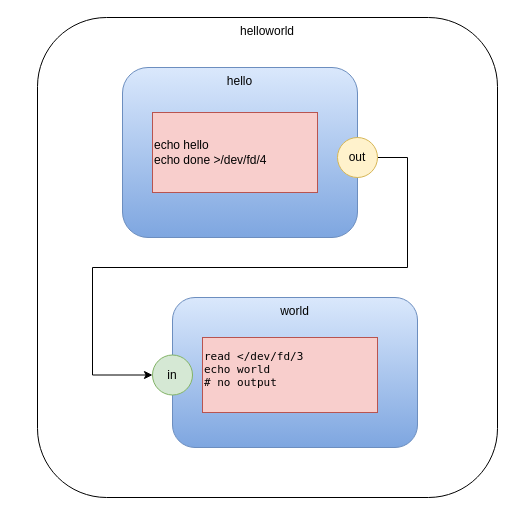
This is das2f/helloworld.drawio from guitarvydas/app, a draw.io file, before an edit. Source tidied: cells renumbered, new cells numbered last; positions are measured from the earlier drawing's top-left corner, leaving out a move shared by most shapes. Both pictures are drawn from the tidied source at 100%, with x=0, y=0 at pixel (37, 17).
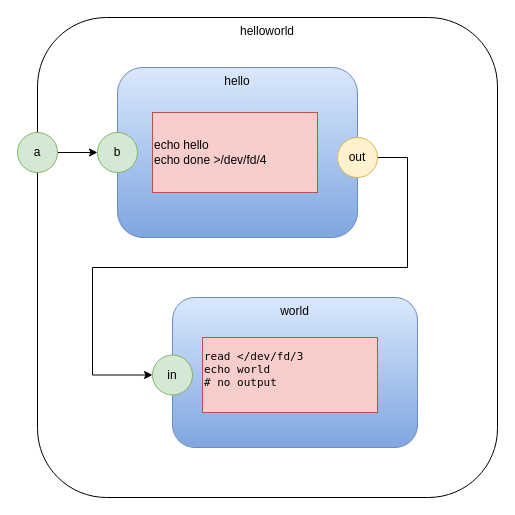
The same diagram, later.

Change to the diagram source:
```diff
@@
 <mxGraphModel>
   <root>
     <mxCell id="0" />
     <mxCell id="1" parent="0" />
     <mxCell id="2" value="helloworld" style="rounded=1;whiteSpace=wrap;html=1;verticalAlign=top;" parent="1" vertex="1">
       <mxGeometry width="460" height="480" as="geometry" />
     </mxCell>
     <mxCell id="3" value="hello" style="rounded=1;whiteSpace=wrap;html=1;gradientColor=#7ea6e0;fillColor=#dae8fc;strokeColor=#6c8ebf;verticalAlign=top;" parent="1" vertex="1">
-      <mxGeometry x="85" y="50" width="235" height="170" as="geometry" />
+      <mxGeometry x="80" y="50" width="240" height="170" as="geometry" />
     </mxCell>
     <mxCell id="4" value="&lt;div&gt;echo hello&lt;/div&gt;&lt;div&gt;&lt;/div&gt;echo done &amp;gt;/dev/fd/4" style="rounded=0;whiteSpace=wrap;html=1;fillColor=#f8cecc;strokeColor=#b85450;align=left;" parent="1" vertex="1">
       <mxGeometry x="115" y="95" width="165" height="80" as="geometry" />
     </mxCell>
     <mxCell id="5" style="edgeStyle=orthogonalEdgeStyle;rounded=0;jettySize=auto;html=1;entryX=0;entryY=0.5;entryDx=0;entryDy=0;" parent="1" edge="1" source="6" target="8">
       <mxGeometry relative="1" as="geometry">
         <Array as="points">
           <mxPoint x="370" y="140" />
           <mxPoint x="370" y="250" />
           <mxPoint x="55" y="250" />
           <mxPoint x="55" y="358" />
         </Array>
       </mxGeometry>
     </mxCell>
     <mxCell id="6" value="out" style="ellipse;whiteSpace=wrap;html=1;fillColor=#fff2cc;strokeColor=#d6b656;" parent="1" vertex="1">
       <mxGeometry x="300" y="120" width="40" height="40" as="geometry" />
     </mxCell>
     <mxCell id="7" value="world" style="rounded=1;whiteSpace=wrap;html=1;gradientColor=#7ea6e0;fillColor=#dae8fc;strokeColor=#6c8ebf;verticalAlign=top;" parent="1" vertex="1">
       <mxGeometry x="135" y="280" width="245" height="150" as="geometry" />
     </mxCell>
     <mxCell id="8" value="in" style="ellipse;whiteSpace=wrap;html=1;fillColor=#d5e8d4;strokeColor=#82b366;" parent="1" vertex="1">
       <mxGeometry x="115" y="337.5" width="40" height="40" as="geometry" />
     </mxCell>
     <mxCell id="9" value="&lt;p class=&quot;p1&quot; style=&quot;margin: 0px ; font-stretch: normal ; font-size: 11px ; line-height: normal ; font-family: &amp;#34;menlo&amp;#34;&quot;&gt;&lt;span class=&quot;s1&quot;&gt;read &amp;lt;/dev/fd/3&lt;/span&gt;&lt;/p&gt;&lt;p class=&quot;p1&quot; style=&quot;margin: 0px ; font-stretch: normal ; font-size: 11px ; line-height: normal ; font-family: &amp;#34;menlo&amp;#34;&quot;&gt;&lt;span class=&quot;s1&quot;&gt;echo world&lt;/span&gt;&lt;/p&gt;&lt;p class=&quot;p1&quot; style=&quot;margin: 0px ; font-stretch: normal ; font-size: 11px ; line-height: normal ; font-family: &amp;#34;menlo&amp;#34;&quot;&gt;&lt;span class=&quot;s1&quot;&gt;# no output&lt;/span&gt;&lt;/p&gt;&lt;p class=&quot;p1&quot; style=&quot;margin: 0px ; font-stretch: normal ; font-size: 11px ; line-height: normal ; font-family: &amp;#34;menlo&amp;#34;&quot;&gt;&lt;br&gt;&lt;/p&gt;" style="rounded=0;whiteSpace=wrap;html=1;fillColor=#f8cecc;strokeColor=#b85450;align=left;" parent="1" vertex="1">
       <mxGeometry x="165" y="320" width="175" height="75" as="geometry" />
     </mxCell>
+    <mxCell id="10" style="edgeStyle=orthogonalEdgeStyle;rounded=0;jettySize=auto;html=1;entryX=0;entryY=0.5;entryDx=0;entryDy=0;" parent="1" edge="1" source="11" target="12">
+      <mxGeometry relative="1" as="geometry" />
+    </mxCell>
+    <mxCell id="11" value="a" style="ellipse;whiteSpace=wrap;html=1;fillColor=#d5e8d4;strokeColor=#82b366;" parent="1" vertex="1">
+      <mxGeometry x="-20" y="115" width="40" height="40" as="geometry" />
+    </mxCell>
+    <mxCell id="12" value="b" style="ellipse;whiteSpace=wrap;html=1;fillColor=#d5e8d4;strokeColor=#82b366;" parent="1" vertex="1">
+      <mxGeometry x="60" y="115" width="40" height="40" as="geometry" />
+    </mxCell>
   </root>
 </mxGraphModel>
```
